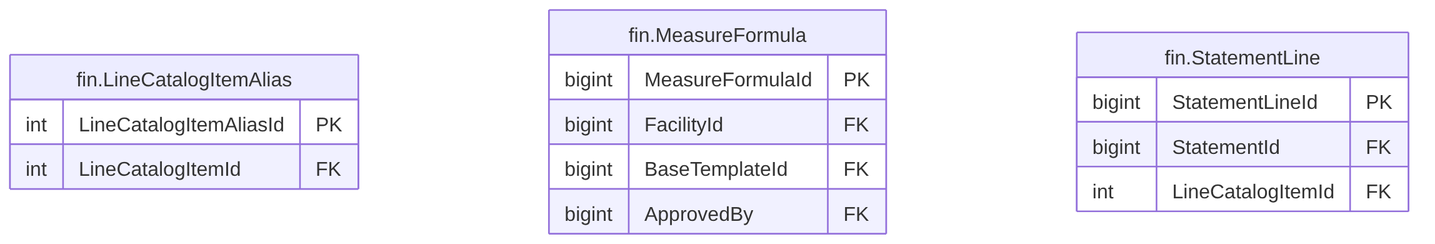
Before: treasury-platform/docs/diagrams/erd/m5_financials_2.png, a diagram exported from Mermaid (thawrasy/smartlines). Its source is kept beside it as treasury-platform/docs/diagrams/erd/m5_financials_2.mmd.
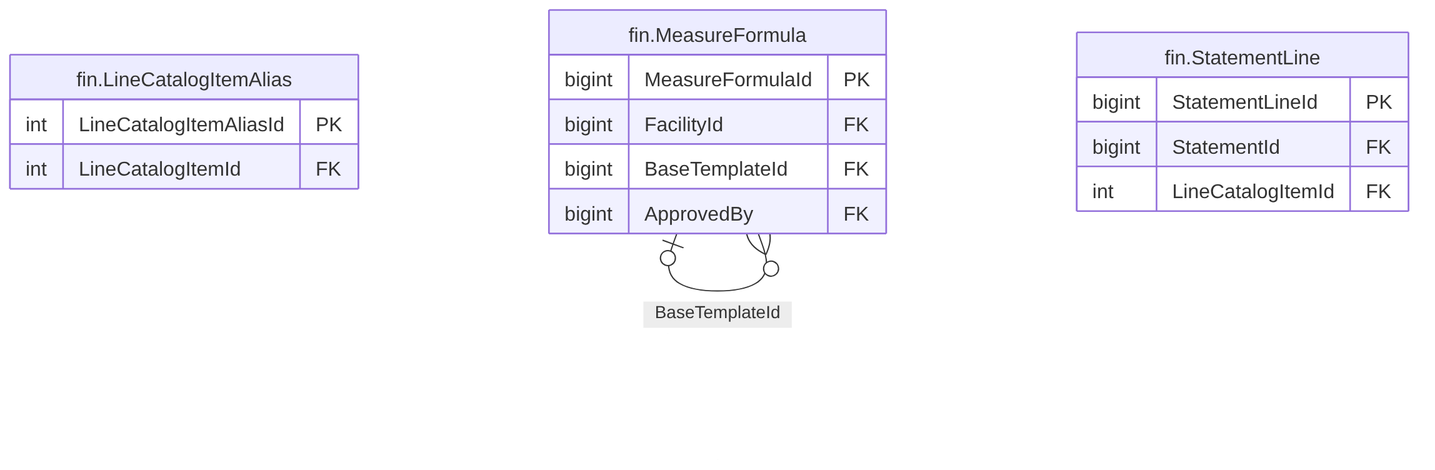
Above is the later version.

What changed in the source:
```diff
@@ -14,3 +14,4 @@
     bigint StatementId FK
     int LineCatalogItemId FK
   }
+  fin_MeasureFormula |o--o{ fin_MeasureFormula : "BaseTemplateId"
```
